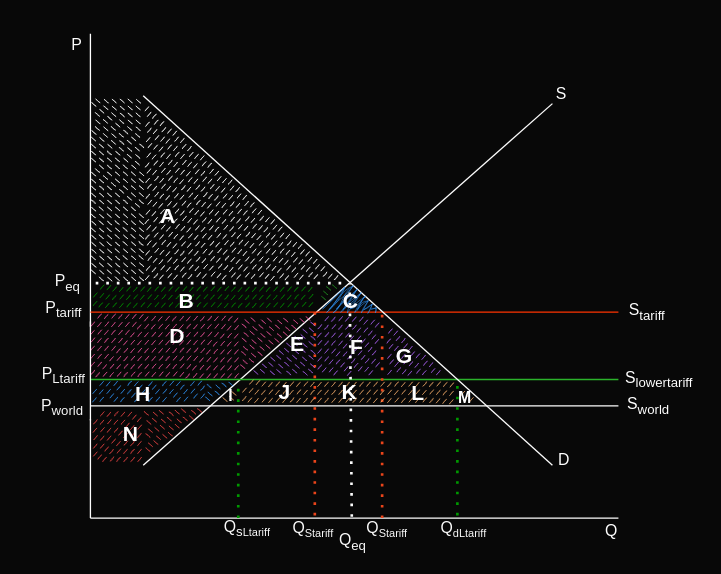
This is Diagramma bez nosaukuma.drawio from MareksNo/Chat-Application, a draw.io file, before an edit. Source tidied: cells renumbered, new cells numbered last; positions are measured from the earlier drawing's top-left corner, leaving out a move shared by most shapes. Both pictures are drawn from the tidied source at 132%, with x=0, y=0 at pixel (22, 22).
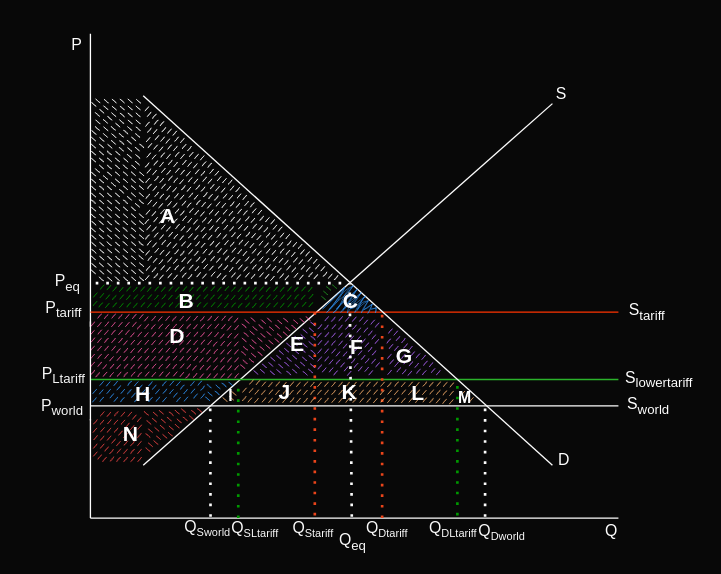
Above is the later version.

The change refers to these unchanged cells:
```xml
<mxCell id="34" style="verticalLabelPosition=bottom;verticalAlign=top;html=1;shape=mxgraph.basic.orthogonal_triangle;opacity=80;sketch=1;curveFitting=1;jiggle=2;fillStyle=dashed;fillColor=#3399FF;dashed=1;dashPattern=8 8;strokeColor=none;rotation=90;" parent="1" vertex="1">
  <mxGeometry x="145.5" y="263.2" width="19.5" height="33.5" as="geometry" />
</mxCell>
```

Diff of the diagram source:
```diff
@@
-    <mxCell id="44" value="&lt;font style=&quot;font-size: 12px;&quot;&gt;Q&lt;/font&gt;&lt;font style=&quot;font-size: 10px;&quot;&gt;&lt;sub&gt;Stariff&lt;/sub&gt;&lt;/font&gt;" style="text;html=1;strokeColor=none;fillColor=none;align=center;verticalAlign=middle;whiteSpace=wrap;rounded=0;fontColor=#FAFAFA;" parent="1" vertex="1">
+    <mxCell id="44" value="&lt;font style=&quot;font-size: 12px;&quot;&gt;Q&lt;/font&gt;&lt;font style=&quot;font-size: 10px;&quot;&gt;&lt;sub&gt;Dtariff&lt;/sub&gt;&lt;/font&gt;" style="text;html=1;strokeColor=none;fillColor=none;align=center;verticalAlign=middle;whiteSpace=wrap;rounded=0;fontColor=#FAFAFA;" parent="1" vertex="1">
       <mxGeometry x="254" y="376" width="44" height="13" as="geometry" />
     </mxCell>
@@
-    <mxCell id="46" value="&lt;font style=&quot;font-size: 12px;&quot;&gt;Q&lt;/font&gt;&lt;font style=&quot;font-size: 10px;&quot;&gt;&lt;sub&gt;dLtariff&lt;/sub&gt;&lt;/font&gt;" style="text;html=1;strokeColor=none;fillColor=none;align=center;verticalAlign=middle;whiteSpace=wrap;rounded=0;fontColor=#FAFAFA;" parent="1" vertex="1">
-      <mxGeometry x="321" y="376" width="26" height="13" as="geometry" />
+    <mxCell id="46" value="&lt;font style=&quot;font-size: 12px;&quot;&gt;Q&lt;/font&gt;&lt;font style=&quot;font-size: 10px;&quot;&gt;&lt;sub&gt;DLtariff&lt;/sub&gt;&lt;/font&gt;" style="text;html=1;strokeColor=none;fillColor=none;align=center;verticalAlign=middle;whiteSpace=wrap;rounded=0;fontColor=#FAFAFA;" parent="1" vertex="1">
+      <mxGeometry x="313" y="376" width="26" height="13" as="geometry" />
     </mxCell>
-    <mxCell id="47" value="&lt;font style=&quot;font-size: 12px;&quot;&gt;Q&lt;sub&gt;s&lt;/sub&gt;&lt;/font&gt;&lt;font style=&quot;font-size: 10px;&quot;&gt;&lt;sub&gt;Ltariff&lt;/sub&gt;&lt;/font&gt;" style="text;html=1;strokeColor=none;fillColor=none;align=center;verticalAlign=middle;whiteSpace=wrap;rounded=0;fontColor=#FAFAFA;" parent="1" vertex="1">
-      <mxGeometry x="157" y="376" width="26" height="13" as="geometry" />
+    <mxCell id="47" value="&lt;font style=&quot;font-size: 12px;&quot;&gt;Q&lt;/font&gt;&lt;font style=&quot;font-size: 10px;&quot;&gt;&lt;sub&gt;SLtariff&lt;/sub&gt;&lt;/font&gt;" style="text;html=1;strokeColor=none;fillColor=none;align=center;verticalAlign=middle;whiteSpace=wrap;rounded=0;fontColor=#FAFAFA;" parent="1" vertex="1">
+      <mxGeometry x="163" y="376" width="26" height="13" as="geometry" />
     </mxCell>
@@
+    <mxCell id="64" style="endArrow=none;dashed=1;html=1;dashPattern=1 3;strokeWidth=2;rounded=0;fontColor=#FCFCFC;strokeColor=#FCFCFC;" parent="1" edge="1">
+      <mxGeometry relative="1" as="geometry">
+        <mxPoint x="350" y="374" as="sourcePoint" />
+        <mxPoint x="350" y="289" as="targetPoint" />
+      </mxGeometry>
+    </mxCell>
+    <mxCell id="65" style="endArrow=none;dashed=1;html=1;dashPattern=1 3;strokeWidth=2;rounded=0;fontColor=#FCFCFC;strokeColor=#FCFCFC;entryX=0.968;entryY=0.903;entryDx=0;entryDy=0;entryPerimeter=0;" parent="1" edge="1" target="34">
+      <mxGeometry relative="1" as="geometry">
+        <mxPoint x="142" y="374" as="sourcePoint" />
+      </mxGeometry>
+    </mxCell>
+    <mxCell id="66" value="&lt;font style=&quot;font-size: 12px;&quot;&gt;Q&lt;/font&gt;&lt;font style=&quot;font-size: 10px;&quot;&gt;&lt;sub&gt;Sworld&lt;/sub&gt;&lt;/font&gt;" style="text;html=1;strokeColor=none;fillColor=none;align=center;verticalAlign=middle;whiteSpace=wrap;rounded=0;fontColor=#FAFAFA;" parent="1" vertex="1">
+      <mxGeometry x="118" y="375" width="44" height="13" as="geometry" />
+    </mxCell>
+    <mxCell id="67" value="&lt;font style=&quot;font-size: 12px;&quot;&gt;Q&lt;/font&gt;&lt;font style=&quot;font-size: 10px;&quot;&gt;&lt;sub&gt;Dworld&lt;/sub&gt;&lt;/font&gt;" style="text;html=1;strokeColor=none;fillColor=none;align=center;verticalAlign=middle;whiteSpace=wrap;rounded=0;fontColor=#FAFAFA;" parent="1" vertex="1">
+      <mxGeometry x="341" y="378" width="44" height="13" as="geometry" />
+    </mxCell>
```
